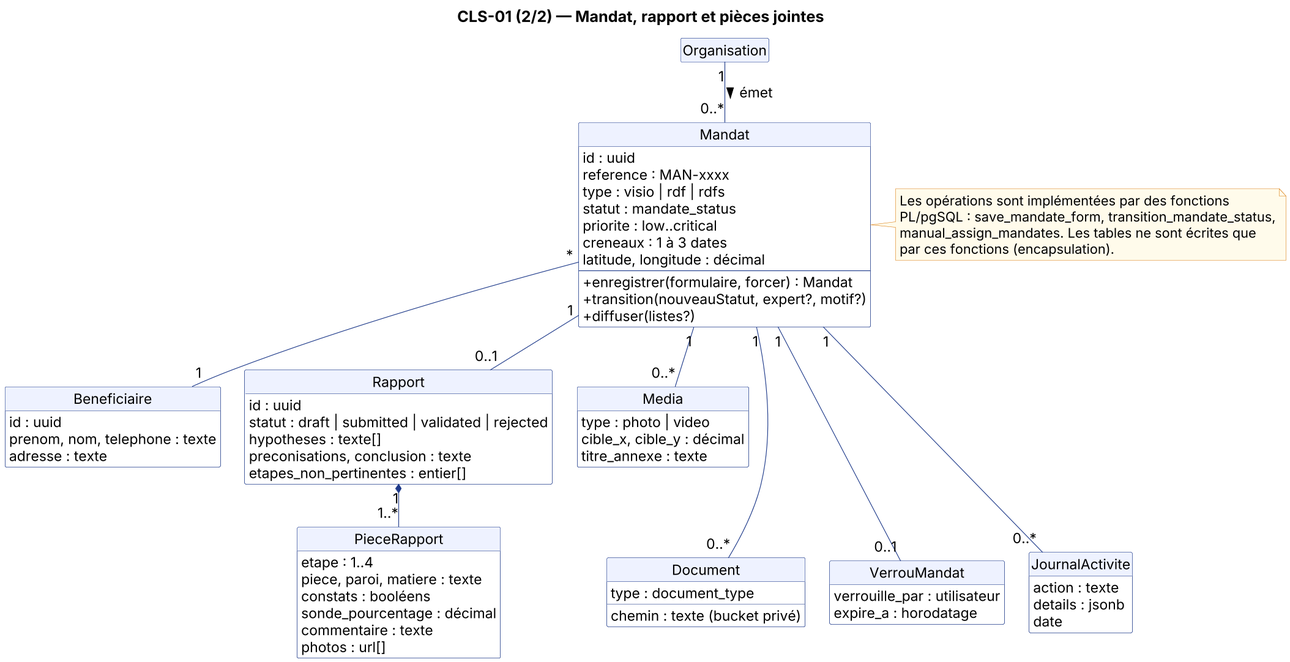
The PlantUML diagram docs/diagrammes/v2/uml/CLS-01b.png in topacabana/plomi, before a commit.
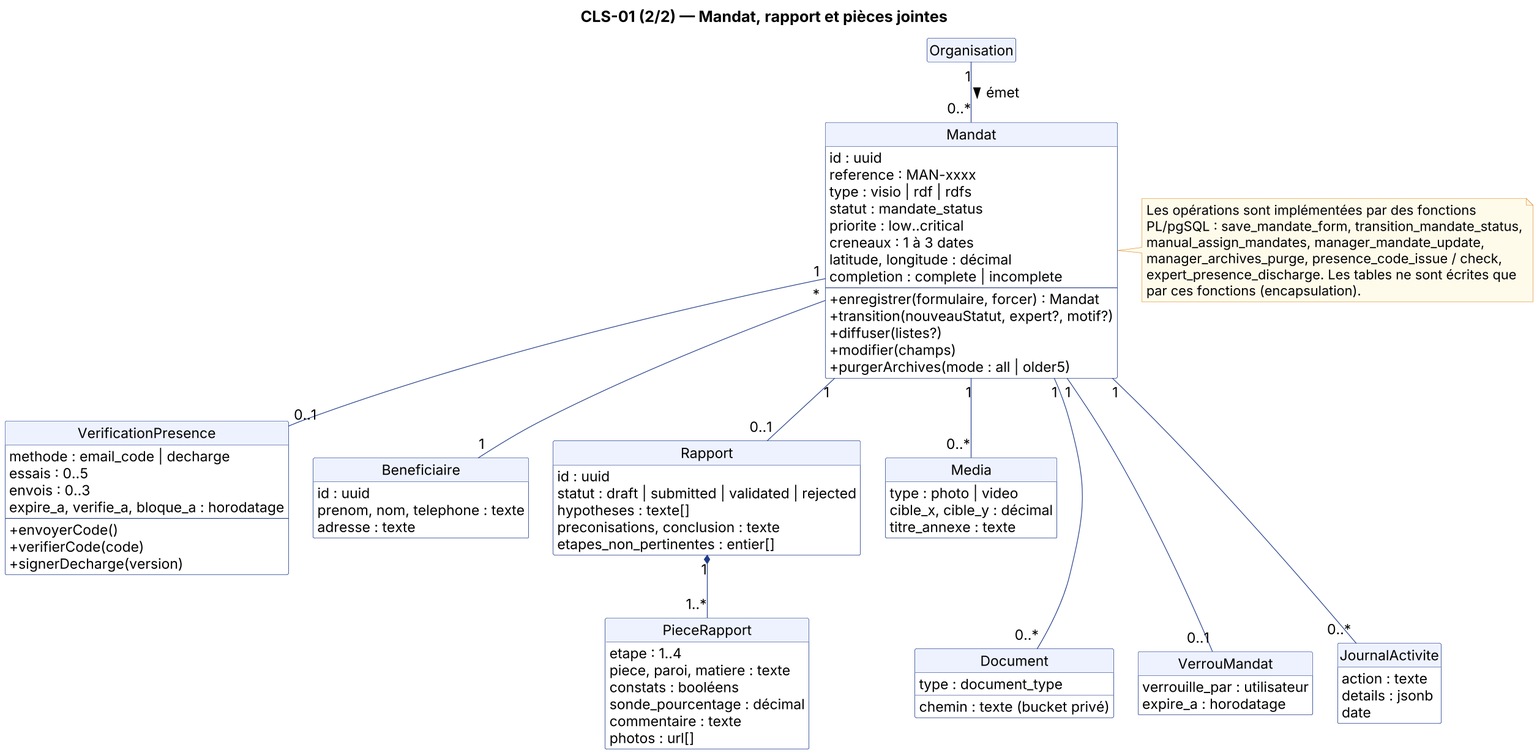
The same diagram one commit later.

What changed in the source:
```diff
@@ -12,10 +12,23 @@
   priorite : low..critical
   creneaux : 1 à 3 dates
   latitude, longitude : décimal
+  completion : complete | incomplete
   --
   + enregistrer(formulaire, forcer) : Mandat
   + transition(nouveauStatut, expert?, motif?)
   + diffuser(listes?)
+  + modifier(champs)
+  + purgerArchives(mode : all | older5)
+}
+class VerificationPresence {
+  methode : email_code | decharge
+  essais : 0..5
+  envois : 0..3
+  expire_a, verifie_a, bloque_a : horodatage
+  --
+  + envoyerCode()
+  + verifierCode(code)
+  + signerDecharge(version)
 }
 class Beneficiaire {
   id : uuid
@@ -64,10 +77,13 @@
 Mandat "1" --- "0..*" Document
 Mandat "1" --- "0..1" VerrouMandat
 Mandat "1" --- "0..*" JournalActivite
+Mandat "1" -- "0..1" VerificationPresence
 note right of Mandat
   Les opérations sont implémentées par des fonctions
   PL/pgSQL : save_mandate_form, transition_mandate_status,
-  manual_assign_mandates. Les tables ne sont écrites que
+  manual_assign_mandates, manager_mandate_update,
+  manager_archives_purge, presence_code_issue / check,
+  expert_presence_discharge. Les tables ne sont écrites que
   par ces fonctions (encapsulation).
 end note
 
```
